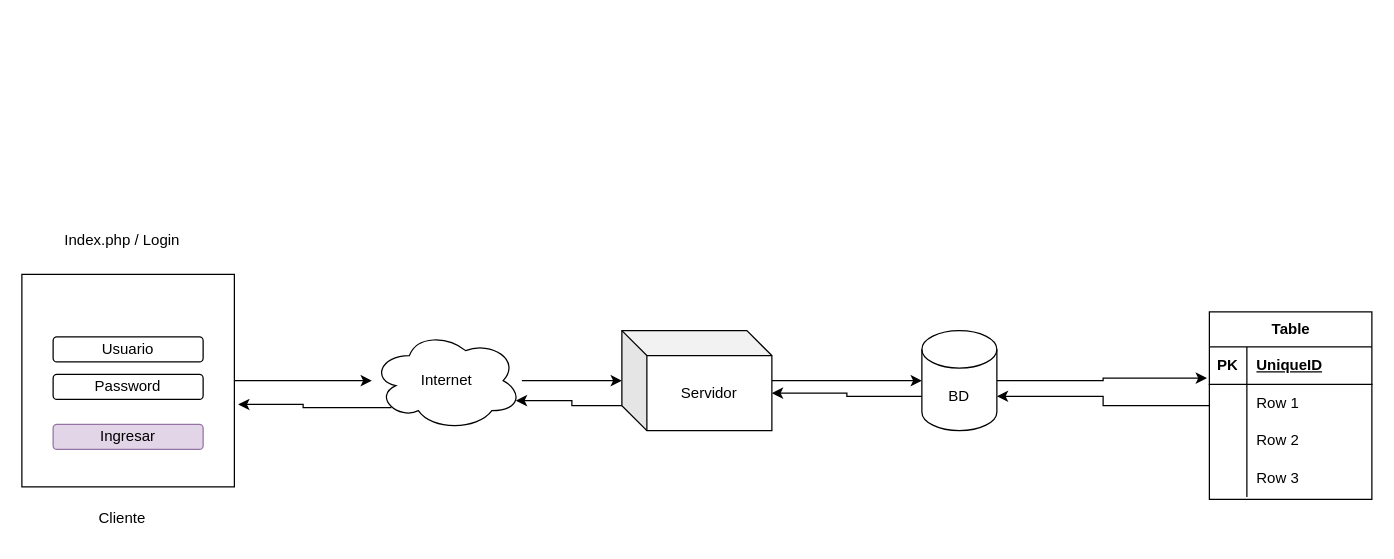
This is page "Cliente_Servidor" (1 of 2) of Proyecto_WebCarr.drawio from JlchavezG/WebCarr, a draw.io file, before an edit. Source tidied: cells renumbered, new cells numbered last; positions are measured from the earlier drawing's top-left corner, leaving out a move shared by most shapes. Both pictures are drawn from the tidied source at 125%, with x=0, y=0 at pixel (21, 221).
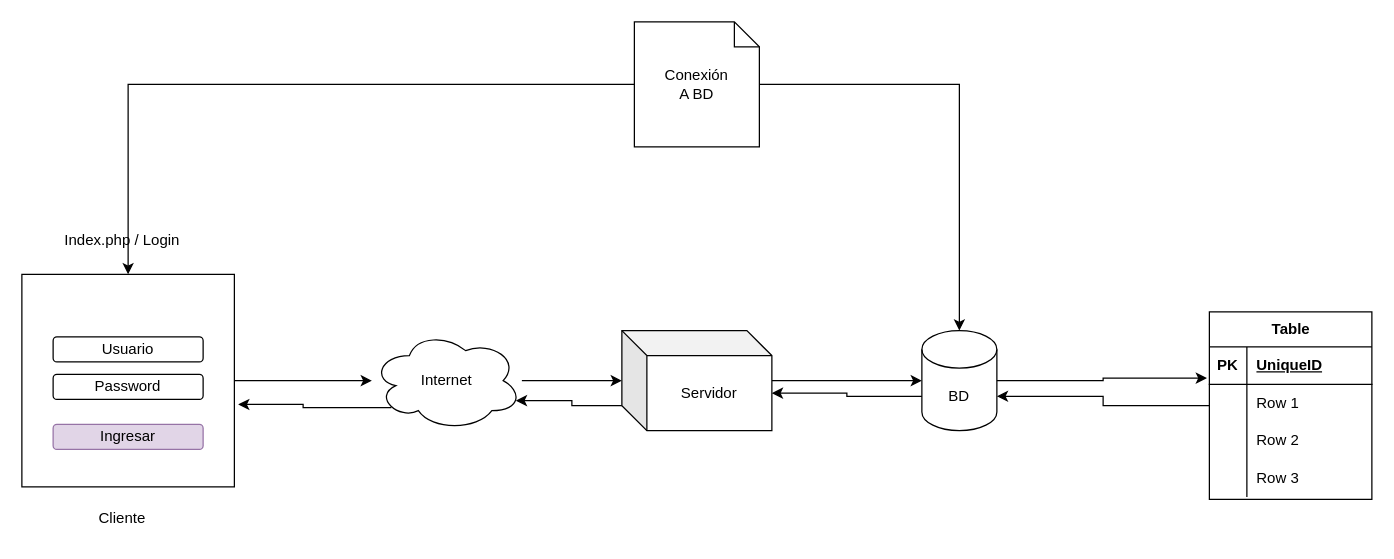
The same page after the edit.

The change refers to these unchanged cells:
```xml
<mxCell id="3" style="whiteSpace=wrap;html=1;" parent="1" vertex="1">
  <mxGeometry y="42" width="170" height="170" as="geometry" />
</mxCell>
<mxCell id="13" value="BD" style="shape=cylinder3;whiteSpace=wrap;html=1;boundedLbl=1;backgroundOutline=1;size=15;" parent="1" vertex="1">
  <mxGeometry x="720" y="87" width="60" height="80" as="geometry" />
</mxCell>
```

The edit, as a diff of the source:
```diff
@@
+    <mxCell id="32" style="edgeStyle=orthogonalEdgeStyle;rounded=0;jettySize=auto;html=1;entryX=0.5;entryY=0;entryDx=0;entryDy=0;" parent="1" edge="1" source="33" target="3">
+      <mxGeometry relative="1" as="geometry" />
+    </mxCell>
+    <mxCell id="33" value="Conexión&lt;br&gt;A BD" style="shape=note;size=20;whiteSpace=wrap;html=1;" parent="1" vertex="1">
+      <mxGeometry x="490" y="-160" width="100" height="100" as="geometry" />
+    </mxCell>
+    <mxCell id="34" style="edgeStyle=orthogonalEdgeStyle;rounded=0;jettySize=auto;html=1;entryX=0.5;entryY=0;entryDx=0;entryDy=0;entryPerimeter=0;" parent="1" edge="1" source="33" target="13">
+      <mxGeometry relative="1" as="geometry" />
+    </mxCell>
```
